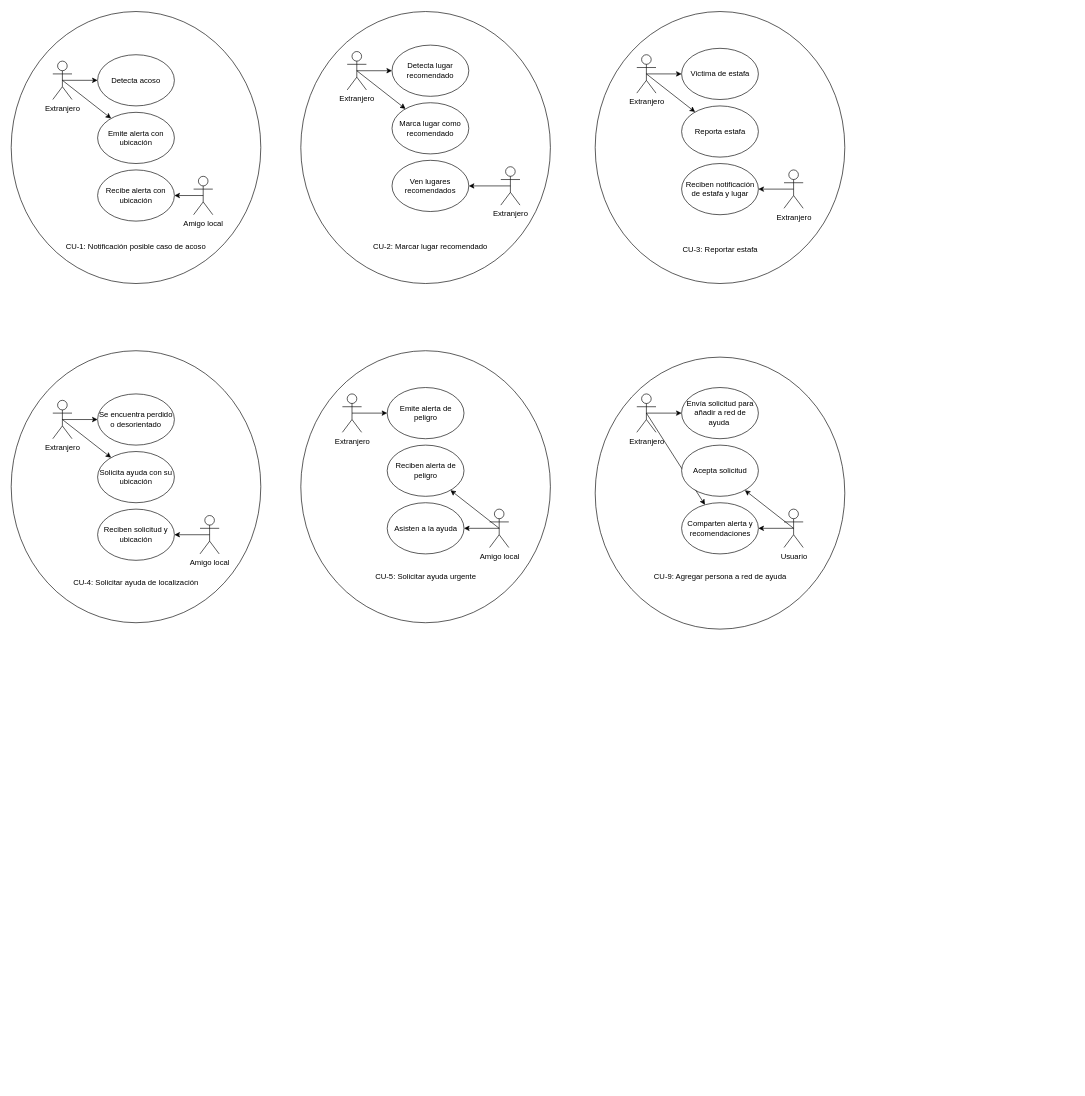
Before: d.c.u.drawio in luislealdev/red-ayuda, a draw.io diagram. Source tidied: cells renumbered, new cells numbered last; positions are measured from the earlier drawing's top-left corner, leaving out a move shared by most shapes. Both pictures are drawn from the tidied source at 64%, with x=0, y=0 at pixel (0, 22).
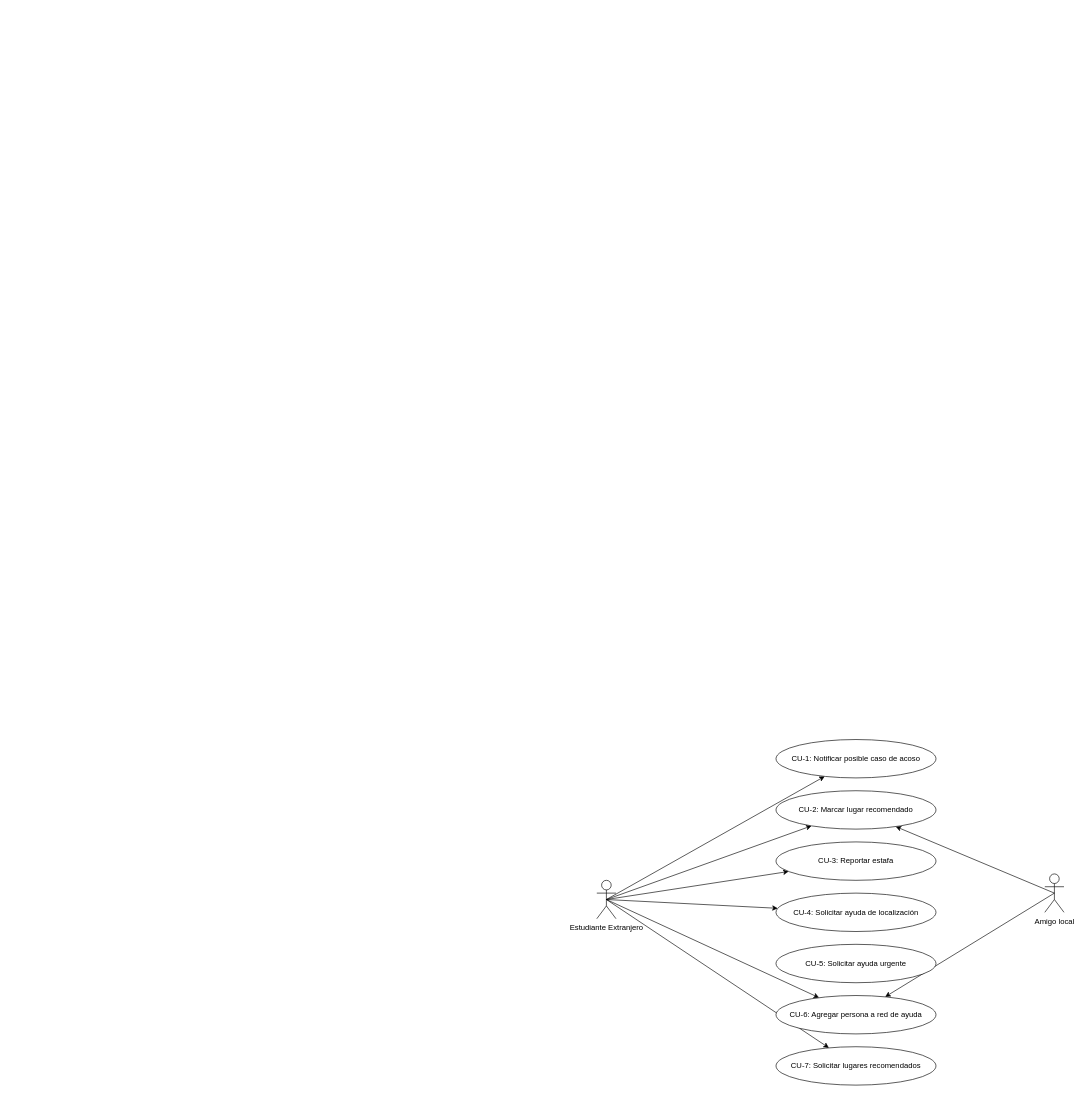
Above is the later version.

The edit, as a diff of the source:
```diff
@@
-    <mxCell id="2" style="ellipse;whiteSpace=wrap;html=1;rotation=90;" parent="1" vertex="1">
-      <mxGeometry x="912" y="540" width="425" height="390" as="geometry" />
-    </mxCell>
-    <mxCell id="3" style="ellipse;whiteSpace=wrap;html=1;rotation=90;" parent="1" vertex="1">
-      <mxGeometry x="452" y="530" width="425" height="390" as="geometry" />
-    </mxCell>
-    <mxCell id="4" style="ellipse;whiteSpace=wrap;html=1;rotation=90;" parent="1" vertex="1">
-      <mxGeometry x="-0.5" y="530" width="425" height="390" as="geometry" />
-    </mxCell>
-    <mxCell id="5" style="ellipse;whiteSpace=wrap;html=1;rotation=90;" parent="1" vertex="1">
-      <mxGeometry x="912" width="425" height="390" as="geometry" />
-    </mxCell>
-    <mxCell id="6" style="ellipse;whiteSpace=wrap;html=1;rotation=90;" parent="1" vertex="1">
-      <mxGeometry x="452" width="425" height="390" as="geometry" />
-    </mxCell>
-    <mxCell id="7" style="ellipse;whiteSpace=wrap;html=1;rotation=90;" parent="1" vertex="1">
-      <mxGeometry x="-0.5" width="425" height="390" as="geometry" />
-    </mxCell>
-    <mxCell id="8" style="edgeStyle=none;html=1;exitX=0.5;exitY=0.5;exitDx=0;exitDy=0;exitPerimeter=0;" parent="1" edge="1" source="10" target="11">
-      <mxGeometry relative="1" as="geometry" />
-    </mxCell>
-    <mxCell id="9" style="edgeStyle=none;html=1;exitX=0.5;exitY=0.5;exitDx=0;exitDy=0;exitPerimeter=0;" parent="1" edge="1" source="10" target="12">
-      <mxGeometry relative="1" as="geometry" />
-    </mxCell>
-    <mxCell id="10" value="Extranjero" style="shape=umlActor;verticalLabelPosition=bottom;verticalAlign=top;html=1;outlineConnect=0;" parent="1" vertex="1">
-      <mxGeometry x="82" y="60" width="30" height="60" as="geometry" />
-    </mxCell>
-    <mxCell id="11" value="Detecta acoso" style="ellipse;whiteSpace=wrap;html=1;" parent="1" vertex="1">
-      <mxGeometry x="152" y="50" width="120" height="80" as="geometry" />
-    </mxCell>
-    <mxCell id="12" value="Emite alerta con ubicación" style="ellipse;whiteSpace=wrap;html=1;" parent="1" vertex="1">
-      <mxGeometry x="152" y="140" width="120" height="80" as="geometry" />
-    </mxCell>
-    <mxCell id="13" value="Recibe alerta con ubicación" style="ellipse;whiteSpace=wrap;html=1;" parent="1" vertex="1">
-      <mxGeometry x="152" y="230" width="120" height="80" as="geometry" />
-    </mxCell>
-    <mxCell id="14" style="edgeStyle=none;html=1;exitX=0.5;exitY=0.5;exitDx=0;exitDy=0;exitPerimeter=0;" parent="1" edge="1" source="15" target="13">
-      <mxGeometry relative="1" as="geometry" />
-    </mxCell>
-    <mxCell id="15" value="Amigo local" style="shape=umlActor;verticalLabelPosition=bottom;verticalAlign=top;html=1;outlineConnect=0;" parent="1" vertex="1">
-      <mxGeometry x="302" y="240" width="30" height="60" as="geometry" />
-    </mxCell>
-    <mxCell id="16" value="CU-1: Notificación posible caso de acoso" style="text;html=1;strokeColor=none;fillColor=none;align=center;verticalAlign=middle;whiteSpace=wrap;rounded=0;" parent="1" vertex="1">
-      <mxGeometry x="97" y="335" width="230" height="30" as="geometry" />
-    </mxCell>
-    <mxCell id="17" style="edgeStyle=none;html=1;exitX=0.5;exitY=0.5;exitDx=0;exitDy=0;exitPerimeter=0;" parent="1" edge="1" source="19" target="20">
-      <mxGeometry relative="1" as="geometry" />
-    </mxCell>
-    <mxCell id="18" style="edgeStyle=none;html=1;exitX=0.5;exitY=0.5;exitDx=0;exitDy=0;exitPerimeter=0;" parent="1" edge="1" source="19" target="21">
-      <mxGeometry relative="1" as="geometry" />
-    </mxCell>
-    <mxCell id="19" value="Extranjero" style="shape=umlActor;verticalLabelPosition=bottom;verticalAlign=top;html=1;outlineConnect=0;" parent="1" vertex="1">
-      <mxGeometry x="542" y="45" width="30" height="60" as="geometry" />
-    </mxCell>
-    <mxCell id="20" value="Detecta lugar recomendado" style="ellipse;whiteSpace=wrap;html=1;" parent="1" vertex="1">
-      <mxGeometry x="612" y="35" width="120" height="80" as="geometry" />
-    </mxCell>
-    <mxCell id="21" value="Marca lugar como recomendado" style="ellipse;whiteSpace=wrap;html=1;" parent="1" vertex="1">
-      <mxGeometry x="612" y="125" width="120" height="80" as="geometry" />
-    </mxCell>
-    <mxCell id="22" value="Ven lugares recomendados" style="ellipse;whiteSpace=wrap;html=1;" parent="1" vertex="1">
-      <mxGeometry x="612" y="215" width="120" height="80" as="geometry" />
-    </mxCell>
-    <mxCell id="23" style="edgeStyle=none;html=1;exitX=0.5;exitY=0.5;exitDx=0;exitDy=0;exitPerimeter=0;" parent="1" edge="1" source="24" target="22">
-      <mxGeometry relative="1" as="geometry" />
-    </mxCell>
-    <mxCell id="24" value="Extranjero" style="shape=umlActor;verticalLabelPosition=bottom;verticalAlign=top;html=1;outlineConnect=0;" parent="1" vertex="1">
-      <mxGeometry x="782" y="225" width="30" height="60" as="geometry" />
-    </mxCell>
+    <mxCell id="63" style="edgeStyle=none;html=1;exitX=0.5;exitY=0.5;exitDx=0;exitDy=0;exitPerimeter=0;" parent="1" edge="1" source="69" target="73">
+      <mxGeometry relative="1" as="geometry" />
+    </mxCell>
+    <mxCell id="64" style="edgeStyle=none;html=1;exitX=0.5;exitY=0.5;exitDx=0;exitDy=0;exitPerimeter=0;" parent="1" edge="1" source="69" target="25">
+      <mxGeometry relative="1" as="geometry" />
+    </mxCell>
+    <mxCell id="65" style="edgeStyle=none;html=1;exitX=0.5;exitY=0.5;exitDx=0;exitDy=0;exitPerimeter=0;" parent="1" edge="1" source="69" target="34">
+      <mxGeometry relative="1" as="geometry" />
+    </mxCell>
+    <mxCell id="66" style="edgeStyle=none;html=1;exitX=0.5;exitY=0.5;exitDx=0;exitDy=0;exitPerimeter=0;" parent="1" edge="1" source="69" target="43">
+      <mxGeometry relative="1" as="geometry" />
+    </mxCell>
+    <mxCell id="67" style="edgeStyle=none;html=1;exitX=0.5;exitY=0.5;exitDx=0;exitDy=0;exitPerimeter=0;" parent="1" edge="1" source="69" target="74">
+      <mxGeometry relative="1" as="geometry" />
+    </mxCell>
+    <mxCell id="68" style="edgeStyle=none;html=1;exitX=0.5;exitY=0.5;exitDx=0;exitDy=0;exitPerimeter=0;" parent="1" edge="1" source="69" target="75">
+      <mxGeometry relative="1" as="geometry" />
+    </mxCell>
+    <mxCell id="69" value="Estudiante Extranjero" style="shape=umlActor;verticalLabelPosition=bottom;verticalAlign=top;html=1;outlineConnect=0;" parent="1" vertex="1">
+      <mxGeometry x="932" y="1340" width="30" height="60" as="geometry" />
+    </mxCell>
+    <mxCell id="70" style="edgeStyle=none;html=1;exitX=0.5;exitY=0.5;exitDx=0;exitDy=0;exitPerimeter=0;" parent="1" edge="1" source="72" target="25">
+      <mxGeometry relative="1" as="geometry" />
+    </mxCell>
+    <mxCell id="71" style="edgeStyle=none;html=1;exitX=0.5;exitY=0.5;exitDx=0;exitDy=0;exitPerimeter=0;" parent="1" edge="1" source="72" target="74">
+      <mxGeometry relative="1" as="geometry" />
+    </mxCell>
+    <mxCell id="72" value="Amigo local" style="shape=umlActor;verticalLabelPosition=bottom;verticalAlign=top;html=1;outlineConnect=0;" parent="1" vertex="1">
+      <mxGeometry x="1632" y="1330" width="30" height="60" as="geometry" />
+    </mxCell>
+    <mxCell id="73" value="CU-1: Notificar posible caso de acoso" style="ellipse;whiteSpace=wrap;html=1;" parent="1" vertex="1">
+      <mxGeometry x="1212" y="1120" width="250" height="60" as="geometry" />
+    </mxCell>
-    <mxCell id="25" value="CU-2: Marcar lugar recomendado" style="text;html=1;strokeColor=none;fillColor=none;align=center;verticalAlign=middle;whiteSpace=wrap;rounded=0;" parent="1" vertex="1">
-      <mxGeometry x="577" y="335" width="190" height="30" as="geometry" />
+    <mxCell id="25" value="CU-2: Marcar lugar recomendado" style="ellipse;whiteSpace=wrap;html=1;" parent="1" vertex="1">
+      <mxGeometry x="1212" y="1200" width="250" height="60" as="geometry" />
     </mxCell>
-    <mxCell id="26" style="edgeStyle=none;html=1;exitX=0.5;exitY=0.5;exitDx=0;exitDy=0;exitPerimeter=0;" parent="1" edge="1" source="28" target="29">
-      <mxGeometry relative="1" as="geometry" />
-    </mxCell>
-    <mxCell id="27" style="edgeStyle=none;html=1;exitX=0.5;exitY=0.5;exitDx=0;exitDy=0;exitPerimeter=0;" parent="1" edge="1" source="28" target="30">
-      <mxGeometry relative="1" as="geometry" />
-    </mxCell>
-    <mxCell id="28" value="Extranjero" style="shape=umlActor;verticalLabelPosition=bottom;verticalAlign=top;html=1;outlineConnect=0;" parent="1" vertex="1">
-      <mxGeometry x="994.5" y="50" width="30" height="60" as="geometry" />
-    </mxCell>
-    <mxCell id="29" value="Victima de estafa" style="ellipse;whiteSpace=wrap;html=1;" parent="1" vertex="1">
-      <mxGeometry x="1064.5" y="40" width="120" height="80" as="geometry" />
-    </mxCell>
-    <mxCell id="30" value="Reporta estafa" style="ellipse;whiteSpace=wrap;html=1;" parent="1" vertex="1">
-      <mxGeometry x="1064.5" y="130" width="120" height="80" as="geometry" />
-    </mxCell>
-    <mxCell id="31" value="Reciben notificación de estafa y lugar" style="ellipse;whiteSpace=wrap;html=1;" parent="1" vertex="1">
-      <mxGeometry x="1064.5" y="220" width="120" height="80" as="geometry" />
-    </mxCell>
-    <mxCell id="32" style="edgeStyle=none;html=1;exitX=0.5;exitY=0.5;exitDx=0;exitDy=0;exitPerimeter=0;" parent="1" edge="1" source="33" target="31">
-      <mxGeometry relative="1" as="geometry" />
-    </mxCell>
-    <mxCell id="33" value="Extranjero" style="shape=umlActor;verticalLabelPosition=bottom;verticalAlign=top;html=1;outlineConnect=0;" parent="1" vertex="1">
-      <mxGeometry x="1224.5" y="230" width="30" height="60" as="geometry" />
-    </mxCell>
-    <mxCell id="34" value="CU-3: Reportar estafa" style="text;html=1;strokeColor=none;fillColor=none;align=center;verticalAlign=middle;whiteSpace=wrap;rounded=0;" parent="1" vertex="1">
-      <mxGeometry x="1054.5" y="340" width="140" height="30" as="geometry" />
+    <mxCell id="34" value="CU-3: Reportar estafa" style="ellipse;whiteSpace=wrap;html=1;" parent="1" vertex="1">
+      <mxGeometry x="1212" y="1280" width="250" height="60" as="geometry" />
     </mxCell>
-    <mxCell id="35" style="edgeStyle=none;html=1;exitX=0.5;exitY=0.5;exitDx=0;exitDy=0;exitPerimeter=0;" parent="1" edge="1" source="37" target="38">
-      <mxGeometry relative="1" as="geometry" />
-    </mxCell>
-    <mxCell id="36" style="edgeStyle=none;html=1;exitX=0.5;exitY=0.5;exitDx=0;exitDy=0;exitPerimeter=0;" parent="1" edge="1" source="37" target="39">
-      <mxGeometry relative="1" as="geometry" />
-    </mxCell>
-    <mxCell id="37" value="Extranjero" style="shape=umlActor;verticalLabelPosition=bottom;verticalAlign=top;html=1;outlineConnect=0;" parent="1" vertex="1">
-      <mxGeometry x="82" y="590" width="30" height="60" as="geometry" />
-    </mxCell>
-    <mxCell id="38" value="Se encuentra perdido o desorientado" style="ellipse;whiteSpace=wrap;html=1;" parent="1" vertex="1">
-      <mxGeometry x="152" y="580" width="120" height="80" as="geometry" />
-    </mxCell>
-    <mxCell id="39" value="Solicita ayuda con su ubicación" style="ellipse;whiteSpace=wrap;html=1;" parent="1" vertex="1">
-      <mxGeometry x="152" y="670" width="120" height="80" as="geometry" />
-    </mxCell>
-    <mxCell id="40" value="Reciben solicitud y ubicación" style="ellipse;whiteSpace=wrap;html=1;" parent="1" vertex="1">
-      <mxGeometry x="152" y="760" width="120" height="80" as="geometry" />
-    </mxCell>
-    <mxCell id="41" style="edgeStyle=none;html=1;exitX=0.5;exitY=0.5;exitDx=0;exitDy=0;exitPerimeter=0;" parent="1" edge="1" source="42" target="40">
-      <mxGeometry relative="1" as="geometry" />
-    </mxCell>
-    <mxCell id="42" value="Amigo local" style="shape=umlActor;verticalLabelPosition=bottom;verticalAlign=top;html=1;outlineConnect=0;" parent="1" vertex="1">
-      <mxGeometry x="312" y="770" width="30" height="60" as="geometry" />
-    </mxCell>
-    <mxCell id="43" value="CU-4: Solicitar ayuda de localización" style="text;html=1;strokeColor=none;fillColor=none;align=center;verticalAlign=middle;whiteSpace=wrap;rounded=0;" parent="1" vertex="1">
-      <mxGeometry x="67" y="860" width="290" height="30" as="geometry" />
+    <mxCell id="43" value="CU-4: Solicitar ayuda de localización" style="ellipse;whiteSpace=wrap;html=1;" parent="1" vertex="1">
+      <mxGeometry x="1212" y="1360" width="250" height="60" as="geometry" />
     </mxCell>
-    <mxCell id="44" style="edgeStyle=none;html=1;exitX=0.5;exitY=0.5;exitDx=0;exitDy=0;exitPerimeter=0;" parent="1" edge="1" source="45" target="46">
-      <mxGeometry relative="1" as="geometry" />
-    </mxCell>
-    <mxCell id="45" value="Extranjero" style="shape=umlActor;verticalLabelPosition=bottom;verticalAlign=top;html=1;outlineConnect=0;" parent="1" vertex="1">
-      <mxGeometry x="534.5" y="580" width="30" height="60" as="geometry" />
-    </mxCell>
-    <mxCell id="46" value="Emite alerta de peligro" style="ellipse;whiteSpace=wrap;html=1;" parent="1" vertex="1">
-      <mxGeometry x="604.5" y="570" width="120" height="80" as="geometry" />
-    </mxCell>
-    <mxCell id="47" value="Reciben alerta de peligro" style="ellipse;whiteSpace=wrap;html=1;" parent="1" vertex="1">
-      <mxGeometry x="604.5" y="660" width="120" height="80" as="geometry" />
-    </mxCell>
-    <mxCell id="48" value="Asisten a la ayuda" style="ellipse;whiteSpace=wrap;html=1;" parent="1" vertex="1">
-      <mxGeometry x="604.5" y="750" width="120" height="80" as="geometry" />
-    </mxCell>
-    <mxCell id="49" style="edgeStyle=none;html=1;exitX=0.5;exitY=0.5;exitDx=0;exitDy=0;exitPerimeter=0;" parent="1" edge="1" source="51" target="48">
-      <mxGeometry relative="1" as="geometry" />
-    </mxCell>
-    <mxCell id="50" style="edgeStyle=none;html=1;exitX=0.5;exitY=0.5;exitDx=0;exitDy=0;exitPerimeter=0;" parent="1" edge="1" source="51" target="47">
-      <mxGeometry relative="1" as="geometry" />
-    </mxCell>
-    <mxCell id="51" value="Amigo local" style="shape=umlActor;verticalLabelPosition=bottom;verticalAlign=top;html=1;outlineConnect=0;" parent="1" vertex="1">
-      <mxGeometry x="764.5" y="760" width="30" height="60" as="geometry" />
-    </mxCell>
-    <mxCell id="52" value="CU-5: Solicitar ayuda urgente" style="text;html=1;strokeColor=none;fillColor=none;align=center;verticalAlign=middle;whiteSpace=wrap;rounded=0;" parent="1" vertex="1">
-      <mxGeometry x="579.5" y="850" width="170" height="30" as="geometry" />
+    <mxCell id="52" value="CU-5: Solicitar ayuda urgente" style="ellipse;whiteSpace=wrap;html=1;" parent="1" vertex="1">
+      <mxGeometry x="1212" y="1440" width="250" height="60" as="geometry" />
     </mxCell>
-    <mxCell id="53" style="edgeStyle=none;html=1;exitX=0.5;exitY=0.5;exitDx=0;exitDy=0;exitPerimeter=0;" parent="1" edge="1" source="55" target="56">
-      <mxGeometry relative="1" as="geometry" />
-    </mxCell>
-    <mxCell id="54" style="edgeStyle=none;html=1;exitX=0.5;exitY=0.5;exitDx=0;exitDy=0;exitPerimeter=0;" parent="1" edge="1" source="55" target="58">
-      <mxGeometry relative="1" as="geometry" />
-    </mxCell>
-    <mxCell id="55" value="Extranjero" style="shape=umlActor;verticalLabelPosition=bottom;verticalAlign=top;html=1;outlineConnect=0;" parent="1" vertex="1">
-      <mxGeometry x="994.5" y="580" width="30" height="60" as="geometry" />
-    </mxCell>
-    <mxCell id="56" value="Envía solicitud para añadir a red de ayuda&amp;nbsp;" style="ellipse;whiteSpace=wrap;html=1;" parent="1" vertex="1">
-      <mxGeometry x="1064.5" y="570" width="120" height="80" as="geometry" />
-    </mxCell>
-    <mxCell id="57" value="Acepta solicitud" style="ellipse;whiteSpace=wrap;html=1;" parent="1" vertex="1">
-      <mxGeometry x="1064.5" y="660" width="120" height="80" as="geometry" />
-    </mxCell>
-    <mxCell id="58" value="Comparten alerta y recomendaciones" style="ellipse;whiteSpace=wrap;html=1;" parent="1" vertex="1">
-      <mxGeometry x="1064.5" y="750" width="120" height="80" as="geometry" />
-    </mxCell>
-    <mxCell id="59" style="edgeStyle=none;html=1;exitX=0.5;exitY=0.5;exitDx=0;exitDy=0;exitPerimeter=0;" parent="1" edge="1" source="61" target="58">
-      <mxGeometry relative="1" as="geometry" />
-    </mxCell>
-    <mxCell id="60" style="edgeStyle=none;html=1;exitX=0.5;exitY=0.5;exitDx=0;exitDy=0;exitPerimeter=0;" parent="1" edge="1" source="61" target="57">
-      <mxGeometry relative="1" as="geometry" />
-    </mxCell>
-    <mxCell id="61" value="Usuario" style="shape=umlActor;verticalLabelPosition=bottom;verticalAlign=top;html=1;outlineConnect=0;" parent="1" vertex="1">
-      <mxGeometry x="1224.5" y="760" width="30" height="60" as="geometry" />
-    </mxCell>
-    <mxCell id="62" value="CU-9: Agregar persona a red de ayuda" style="text;html=1;strokeColor=none;fillColor=none;align=center;verticalAlign=middle;whiteSpace=wrap;rounded=0;" parent="1" vertex="1">
-      <mxGeometry x="1014.5" y="850" width="220" height="30" as="geometry" />
-    </mxCell>
+    <mxCell id="74" value="CU-6: Agregar persona a red de ayuda" style="ellipse;whiteSpace=wrap;html=1;" parent="1" vertex="1">
+      <mxGeometry x="1212" y="1520" width="250" height="60" as="geometry" />
+    </mxCell>
+    <mxCell id="75" value="CU-7: Solicitar lugares recomendados" style="ellipse;whiteSpace=wrap;html=1;" parent="1" vertex="1">
+      <mxGeometry x="1212" y="1600" width="250" height="60" as="geometry" />
+    </mxCell>
```
